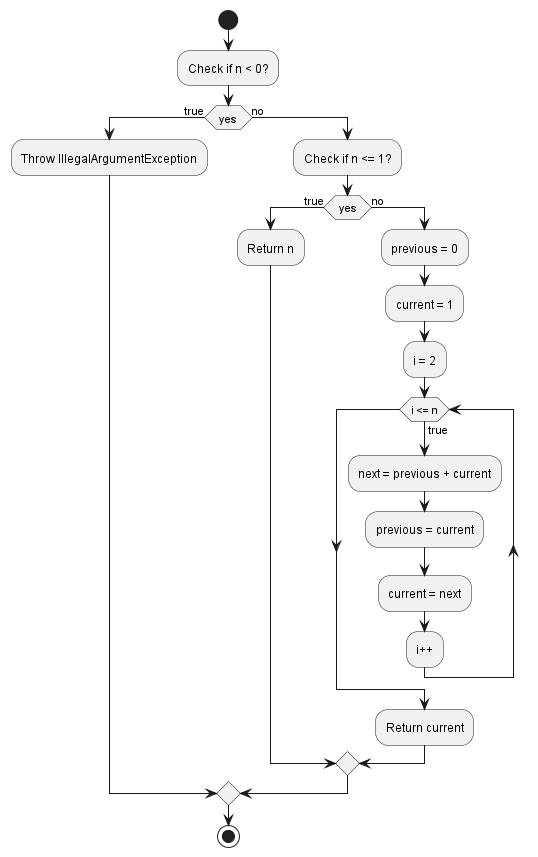
Before: diagrams/images_diagrams/fibonacci_iteration.png, a diagram exported from PlantUML (andriiiiiko/jd-homework-5).
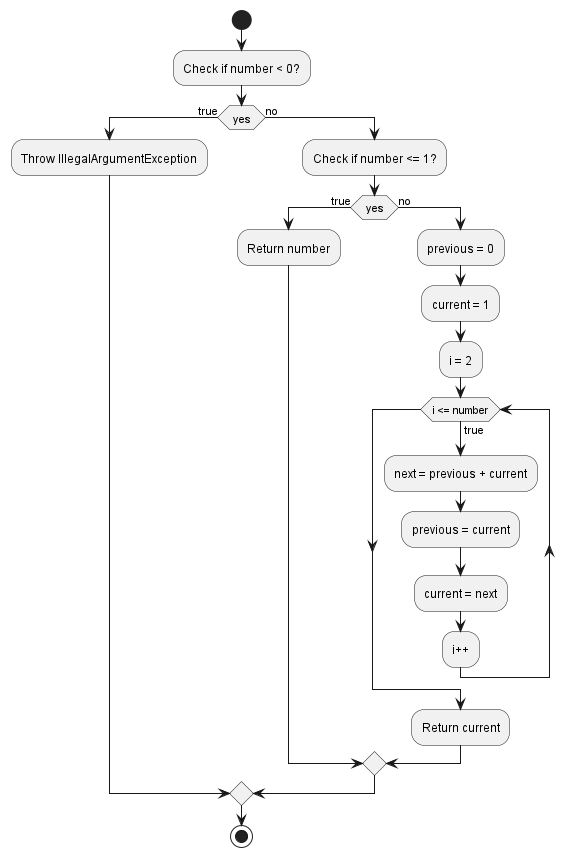
After the commit.

Commit message:
Rename the change int n to number

What changed in the source:
```diff
@@ -1,18 +1,18 @@
 @startuml
 
 start
-:Check if n < 0?;
+:Check if number < 0?;
 if (yes) then (true)
   :Throw IllegalArgumentException;
 else (no)
-  :Check if n <= 1?;
+  :Check if number <= 1?;
   if (yes) then (true)
-    :Return n;
+    :Return number;
   else (no)
     :previous = 0;
     :current = 1;
     :i = 2;
-    while (i <= n) is (true)
+    while (i <= number) is (true)
       :next = previous + current;
       :previous = current;
       :current = next;
```
